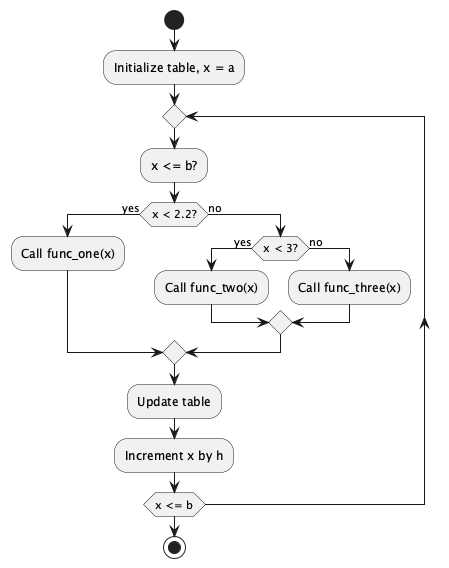
The PlantUML diagram lab2/task_1_28.png in skrix/ap_p1_labs_iot_nulp, before a commit. Its diagram source:
```plantuml
@startuml
start
:Initialize table, x = a;
repeat
  :x <= b?;
  if (x < 2.2?) then (yes)
    :Call func_one(x);
  else (no)
    if (x < 3?) then (yes)
      :Call func_two(x);
    else (no)
      :Call func_three(x);
    endif
  endif
  :Update table;
  :Increment x by h;
repeat while (x <= b)
stop
@enduml
```
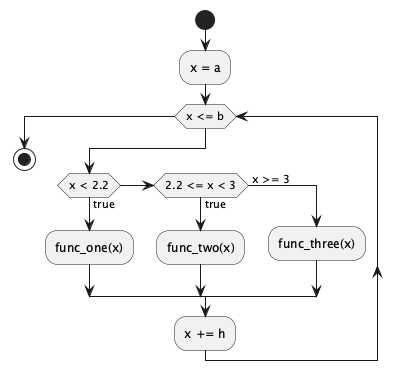
Above is the later version.

What changed in the source:
```diff
@@ -1,19 +1,15 @@
 @startuml
 start
-:Initialize table, x = a;
-repeat
-  :x <= b?;
-  if (x < 2.2?) then (yes)
-    :Call func_one(x);
-  else (no)
-    if (x < 3?) then (yes)
-      :Call func_two(x);
-    else (no)
-      :Call func_three(x);
-    endif
+:x = a;
+while (x <= b)
+  if (x < 2.2) then (true)
+    :func_one(x);
+  elseif (2.2 <= x < 3) then (true)
+    :func_two(x);
+  else( x >= 3)
+    :func_three(x);
   endif
-  :Update table;
-  :Increment x by h;
-repeat while (x <= b)
+  :x += h;
+endwhile
 stop
 @enduml
```
